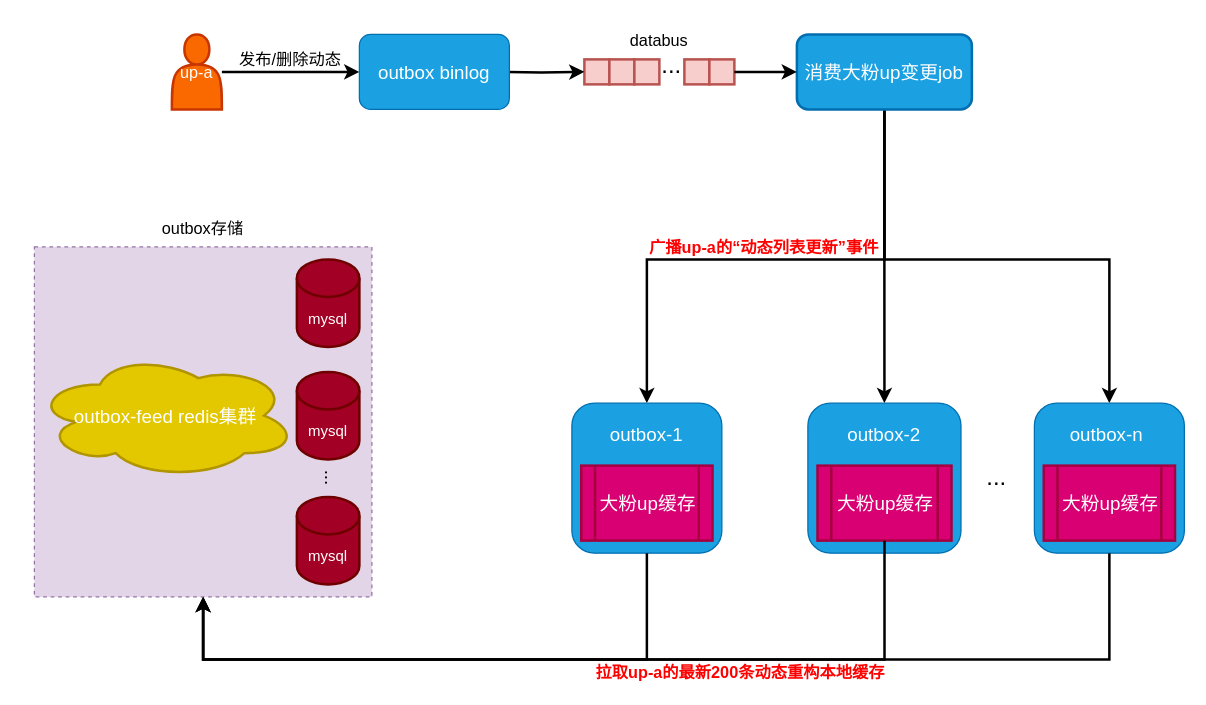
The draw.io diagram 常驻缓存异步通知.drawio in smartcharles/tech_draw, before the edit. Source tidied: cells renumbered, new cells numbered last; positions are measured from the earlier drawing's top-left corner, leaving out a move shared by most shapes. Both pictures are drawn from the tidied source at 125%, with x=0, y=0 at pixel (21, 21).
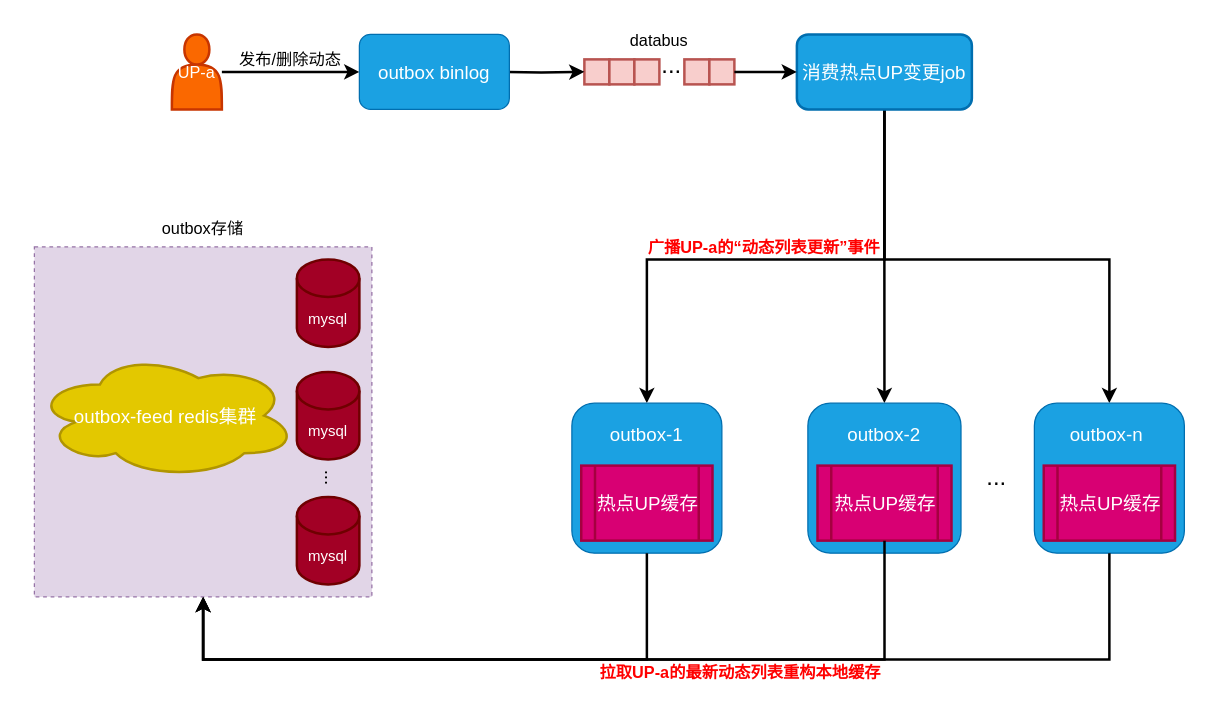
The same page after the edit.

Commit message:
更新常驻缓存异步通知.drawio

Unchanged cells that the change refers to:
```xml
<mxCell id="16" style="group;" parent="1" vertex="1">
  <mxGeometry x="440" y="305" width="120" height="120" as="geometry" />
</mxCell>
<mxCell id="20" style="group;" parent="1" vertex="1">
  <mxGeometry x="628.8" y="305" width="122.5" height="120" as="geometry" />
</mxCell>
<mxCell id="24" style="group;" parent="1" vertex="1">
  <mxGeometry x="810" y="305" width="120" height="120" as="geometry" />
</mxCell>
```

What changed in the source:
```diff
@@
-    <mxCell id="14" value="&lt;font style=&quot;font-size: 15px;&quot;&gt;消费大粉up变更job&lt;/font&gt;" style="rounded=1;whiteSpace=wrap;html=1;strokeWidth=2;fillColor=#1ba1e2;fontColor=#ffffff;strokeColor=#006EAF;" parent="1" vertex="1">
+    <mxCell id="14" value="&lt;font style=&quot;font-size: 15px;&quot;&gt;消费热点UP变更job&lt;/font&gt;" style="rounded=1;whiteSpace=wrap;html=1;strokeWidth=2;fillColor=#1ba1e2;fontColor=#ffffff;strokeColor=#006EAF;" parent="1" vertex="1">
       <mxGeometry x="620" y="10" width="140" height="60" as="geometry" />
     </mxCell>
@@
-    <mxCell id="18" value="&lt;span style=&quot;font-size: 15px;&quot;&gt;大粉up缓存&lt;/span&gt;" style="shape=process;whiteSpace=wrap;html=1;backgroundOutline=1;strokeWidth=2;fillColor=#d80073;fontColor=#ffffff;strokeColor=#A50040;" parent="16" vertex="1">
+    <mxCell id="18" value="&lt;span style=&quot;font-size: 15px;&quot;&gt;热点UP缓存&lt;/span&gt;" style="shape=process;whiteSpace=wrap;html=1;backgroundOutline=1;strokeWidth=2;fillColor=#d80073;fontColor=#ffffff;strokeColor=#A50040;" parent="16" vertex="1">
       <mxGeometry x="7.5" y="50" width="105" height="60" as="geometry" />
     </mxCell>
@@
-    <mxCell id="22" value="&lt;span style=&quot;font-size: 15px;&quot;&gt;大粉up缓存&lt;/span&gt;" style="shape=process;whiteSpace=wrap;html=1;backgroundOutline=1;strokeWidth=2;fillColor=#d80073;fontColor=#ffffff;strokeColor=#A50040;" parent="20" vertex="1">
+    <mxCell id="22" value="&lt;span style=&quot;font-size: 15px;&quot;&gt;热点UP缓存&lt;/span&gt;" style="shape=process;whiteSpace=wrap;html=1;backgroundOutline=1;strokeWidth=2;fillColor=#d80073;fontColor=#ffffff;strokeColor=#A50040;" parent="20" vertex="1">
       <mxGeometry x="7.7" y="50" width="107.2" height="60" as="geometry" />
     </mxCell>
@@
-    <mxCell id="26" value="&lt;span style=&quot;font-size: 15px;&quot;&gt;大粉up缓存&lt;/span&gt;" style="shape=process;whiteSpace=wrap;html=1;backgroundOutline=1;strokeWidth=2;fillColor=#d80073;fontColor=#ffffff;strokeColor=#A50040;" parent="24" vertex="1">
+    <mxCell id="26" value="&lt;span style=&quot;font-size: 15px;&quot;&gt;热点UP缓存&lt;/span&gt;" style="shape=process;whiteSpace=wrap;html=1;backgroundOutline=1;strokeWidth=2;fillColor=#d80073;fontColor=#ffffff;strokeColor=#A50040;" parent="24" vertex="1">
       <mxGeometry x="7.5" y="50" width="105" height="60" as="geometry" />
     </mxCell>
@@
-    <mxCell id="37" value="&lt;font color=&quot;#ff0000&quot; style=&quot;font-size: 13px;&quot;&gt;&lt;b&gt;拉取up-a的最新200条动态重构本地缓存&lt;/b&gt;&lt;/font&gt;" style="text;strokeColor=none;align=center;fillColor=none;html=1;verticalAlign=middle;whiteSpace=wrap;rounded=0;" parent="1" vertex="1">
+    <mxCell id="37" value="&lt;font color=&quot;#ff0000&quot; style=&quot;font-size: 13px;&quot;&gt;&lt;b&gt;拉取UP-a的最新动态列表重构本地缓存&lt;/b&gt;&lt;/font&gt;" style="text;strokeColor=none;align=center;fillColor=none;html=1;verticalAlign=middle;whiteSpace=wrap;rounded=0;" parent="1" vertex="1">
       <mxGeometry x="450" y="510" width="250" height="20" as="geometry" />
     </mxCell>
@@
-    <mxCell id="39" value="&lt;font color=&quot;#ffffff&quot; style=&quot;font-size: 13px;&quot;&gt;up-a&lt;/font&gt;" style="shape=actor;whiteSpace=wrap;html=1;strokeWidth=2;fillColor=#fa6800;fontColor=#000000;strokeColor=#C73500;" parent="1" vertex="1">
+    <mxCell id="39" value="&lt;font color=&quot;#ffffff&quot; style=&quot;font-size: 13px;&quot;&gt;UP-a&lt;/font&gt;" style="shape=actor;whiteSpace=wrap;html=1;strokeWidth=2;fillColor=#fa6800;fontColor=#000000;strokeColor=#C73500;" parent="1" vertex="1">
       <mxGeometry x="120" y="10" width="40" height="60" as="geometry" />
     </mxCell>
@@
-    <mxCell id="45" value="&lt;font color=&quot;#ff0000&quot; style=&quot;font-size: 13px;&quot;&gt;&lt;b&gt;广播up-a的“动态列表更新”事件&lt;/b&gt;&lt;/font&gt;" style="text;strokeColor=none;align=center;fillColor=none;html=1;verticalAlign=middle;whiteSpace=wrap;rounded=0;" parent="1" vertex="1">
+    <mxCell id="45" value="&lt;font color=&quot;#ff0000&quot; style=&quot;font-size: 13px;&quot;&gt;&lt;b&gt;广播UP-a的“动态列表更新”事件&lt;/b&gt;&lt;/font&gt;" style="text;strokeColor=none;align=center;fillColor=none;html=1;verticalAlign=middle;whiteSpace=wrap;rounded=0;" parent="1" vertex="1">
       <mxGeometry x="469" y="170" width="250" height="20" as="geometry" />
     </mxCell>
```
